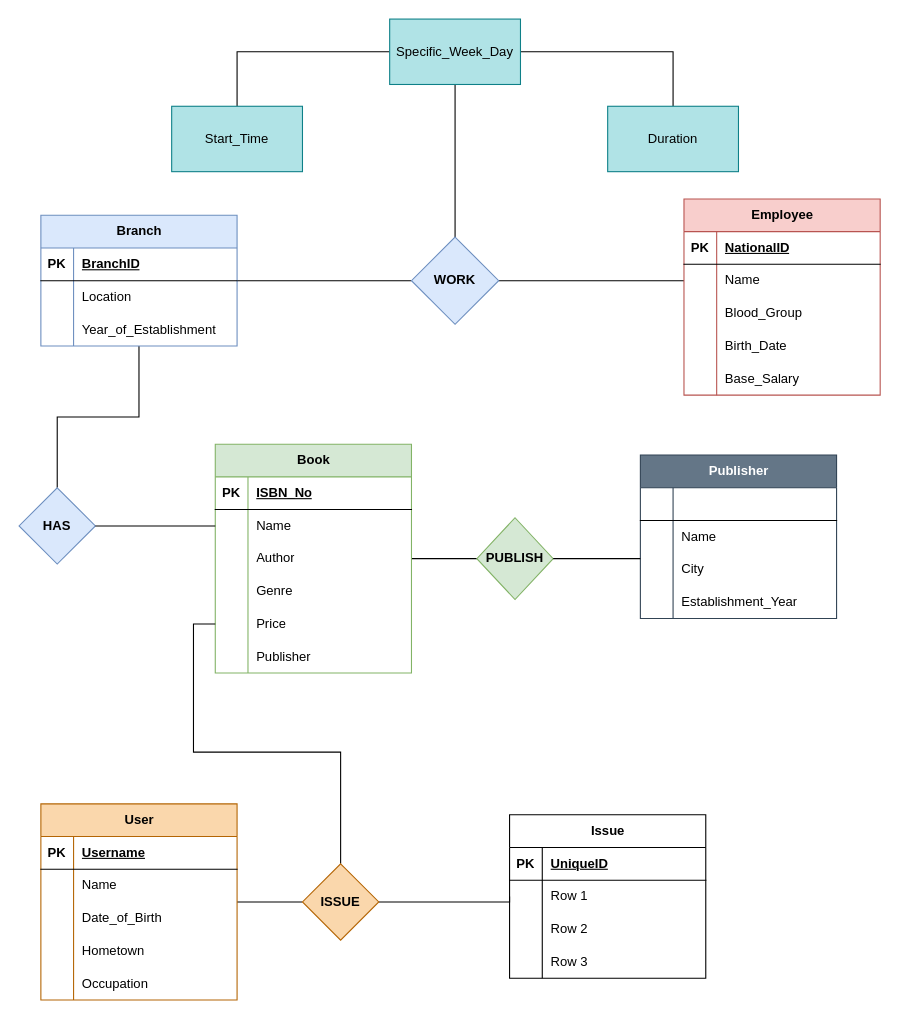
Before: Lab_07/210042174_DBMS_Lab07.drawio in hasin023/DBMS1_CSE4307, a draw.io diagram. Source tidied: cells renumbered, new cells numbered last; positions are measured from the earlier drawing's top-left corner, leaving out a move shared by most shapes. Both pictures are drawn from the tidied source at 109%, with x=0, y=0 at pixel (19, 19).
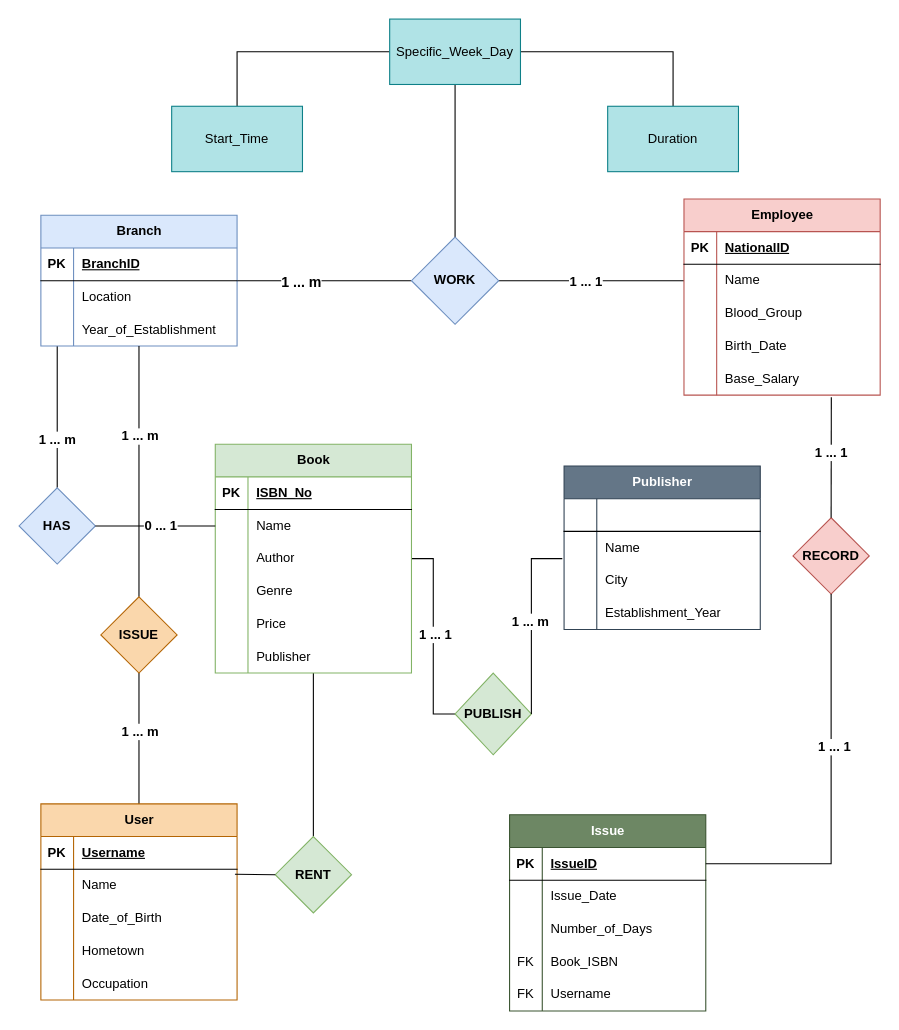
The same diagram, later.

The change refers to these unchanged cells:
```xml
<mxCell id="2" style="edgeStyle=orthogonalEdgeStyle;rounded=0;jettySize=auto;html=1;endArrow=none;endFill=0;" parent="1" edge="1" source="4" target="37">
  <mxGeometry relative="1" as="geometry" />
</mxCell>
<mxCell id="4" value="Branch" style="shape=table;startSize=30;childLayout=tableLayout;rowLines=0;fontStyle=1;align=center;html=1;fillColor=#dae8fc;strokeColor=#6c8ebf;" parent="1" vertex="1">
  <mxGeometry x="20" y="180" width="180" height="120" as="geometry" />
</mxCell>
<mxCell id="14" style="edgeStyle=orthogonalEdgeStyle;rounded=0;jettySize=auto;html=1;entryX=1;entryY=0.5;entryDx=0;entryDy=0;endArrow=none;endFill=0;exitX=0;exitY=0.5;exitDx=0;exitDy=0;" parent="1" edge="1" source="19" target="37">
  <mxGeometry relative="1" as="geometry" />
</mxCell>
<mxCell id="28" style="shape=tableRow;horizontal=0;startSize=0;swimlaneHead=0;swimlaneBody=0;fillColor=none;points=[[0,0.5],[1,0.5]];portConstraint=eastwest;top=0;left=0;right=0;bottom=0;" parent="15" vertex="1">
  <mxGeometry y="150" width="180" height="30" as="geometry" />
</mxCell>
<mxCell id="38" style="edgeStyle=orthogonalEdgeStyle;rounded=0;jettySize=auto;html=1;endArrow=none;endFill=0;" parent="1" edge="1" source="39" target="73">
  <mxGeometry relative="1" as="geometry" />
</mxCell>
<mxCell id="39" value="Book" style="shape=table;startSize=30;childLayout=tableLayout;rowLines=0;fontStyle=1;align=center;html=1;fillColor=#d5e8d4;strokeColor=#82b366;" parent="1" vertex="1">
  <mxGeometry x="180" y="390" width="180" height="210" as="geometry" />
</mxCell>
<mxCell id="52" style="shape=tableRow;horizontal=0;startSize=0;swimlaneHead=0;swimlaneBody=0;fillColor=none;points=[[0,0.5],[1,0.5]];portConstraint=eastwest;top=0;left=0;right=0;bottom=0;" parent="39" vertex="1">
  <mxGeometry y="150" width="180" height="30" as="geometry" />
</mxCell>
<mxCell id="65" style="shape=tableRow;horizontal=0;startSize=0;swimlaneHead=0;swimlaneBody=0;fillColor=none;points=[[0,0.5],[1,0.5]];portConstraint=eastwest;top=0;left=0;right=0;bottom=0;" parent="58" vertex="1">
  <mxGeometry y="90" width="180" height="30" as="geometry" />
</mxCell>
<mxCell id="71" value="HAS" style="rhombus;whiteSpace=wrap;html=1;fillColor=#dae8fc;strokeColor=#6c8ebf;startSize=30;fontStyle=1;" parent="1" vertex="1">
  <mxGeometry y="430" width="70" height="70" as="geometry" />
</mxCell>
<mxCell id="72" style="endArrow=none;html=1;rounded=0;exitX=1;exitY=0.5;exitDx=0;exitDy=0;entryX=0;entryY=0.5;entryDx=0;entryDy=0;" parent="1" edge="1" source="71" target="43">
  <mxGeometry relative="1" as="geometry" />
</mxCell>
<mxCell id="75" style="edgeStyle=orthogonalEdgeStyle;rounded=0;jettySize=auto;html=1;endArrow=none;endFill=0;" parent="1" edge="1" source="76" target="94">
  <mxGeometry relative="1" as="geometry" />
</mxCell>
<mxCell id="80" style="shape=tableRow;horizontal=0;startSize=0;swimlaneHead=0;swimlaneBody=0;fillColor=none;points=[[0,0.5],[1,0.5]];portConstraint=eastwest;top=0;left=0;right=0;bottom=0;" parent="76" vertex="1">
  <mxGeometry y="60" width="180" height="30" as="geometry" />
</mxCell>
<mxCell id="96" style="shape=tableRow;horizontal=0;startSize=0;swimlaneHead=0;swimlaneBody=0;fillColor=none;points=[[0,0.5],[1,0.5]];portConstraint=eastwest;top=0;left=0;right=0;bottom=1;" parent="95" vertex="1">
  <mxGeometry y="30" width="180" height="30" as="geometry" />
</mxCell>
<mxCell id="99" style="shape=tableRow;horizontal=0;startSize=0;swimlaneHead=0;swimlaneBody=0;fillColor=none;points=[[0,0.5],[1,0.5]];portConstraint=eastwest;top=0;left=0;right=0;bottom=0;" parent="95" vertex="1">
  <mxGeometry y="60" width="180" height="30" as="geometry" />
</mxCell>
<mxCell id="102" style="shape=tableRow;horizontal=0;startSize=0;swimlaneHead=0;swimlaneBody=0;fillColor=none;top=0;left=0;right=0;bottom=0;" parent="95" vertex="1">
  <mxGeometry y="90" width="180" height="30" as="geometry" />
</mxCell>
<mxCell id="105" style="shape=tableRow;horizontal=0;startSize=0;swimlaneHead=0;swimlaneBody=0;fillColor=none;top=0;left=0;right=0;bottom=0;" parent="95" vertex="1">
  <mxGeometry y="120" width="180" height="30" as="geometry" />
</mxCell>
```

Change to the diagram source:
```diff
@@
+    <mxCell id="108" value="&lt;b&gt;&lt;font style=&quot;font-size: 13px;&quot;&gt;1 ... m&lt;/font&gt;&lt;/b&gt;" style="edgeLabel;html=1;align=center;verticalAlign=middle;" parent="2" vertex="1">
+      <mxGeometry x="-0.28" relative="1" as="geometry" />
+    </mxCell>
     <mxCell id="3" style="edgeStyle=orthogonalEdgeStyle;rounded=0;jettySize=auto;html=1;endArrow=none;endFill=0;" parent="1" edge="1" source="4" target="71">
-      <mxGeometry relative="1" as="geometry" />
+      <mxGeometry relative="1" as="geometry">
+        <Array as="points">
+          <mxPoint x="35" y="330" />
+          <mxPoint x="35" y="330" />
+        </Array>
+      </mxGeometry>
     </mxCell>
+    <mxCell id="109" value="&lt;b style=&quot;border-color: var(--border-color);&quot;&gt;&lt;font style=&quot;border-color: var(--border-color); font-size: 12px;&quot;&gt;1 ... m&lt;/font&gt;&lt;/b&gt;" style="edgeLabel;html=1;align=center;verticalAlign=middle;" parent="3" vertex="1">
+      <mxGeometry x="0.31" y="-1" relative="1" as="geometry" />
+    </mxCell>
@@
+    <mxCell id="110" value="&lt;b&gt;&lt;font style=&quot;font-size: 12px;&quot;&gt;1 ... 1&lt;/font&gt;&lt;/b&gt;" style="edgeLabel;html=1;align=center;verticalAlign=middle;" parent="14" vertex="1">
+      <mxGeometry x="0.07" relative="1" as="geometry" />
+    </mxCell>
@@
+    <mxCell id="111" value="&lt;b style=&quot;border-color: var(--border-color);&quot;&gt;&lt;font style=&quot;border-color: var(--border-color); font-size: 12px;&quot;&gt;1 ... 1&lt;/font&gt;&lt;/b&gt;" style="edgeLabel;html=1;align=center;verticalAlign=middle;" parent="38" vertex="1">
+      <mxGeometry x="-0.02" y="1" relative="1" as="geometry" />
+    </mxCell>
+    <mxCell id="112" style="edgeStyle=orthogonalEdgeStyle;rounded=0;jettySize=auto;html=1;endArrow=none;endFill=0;" parent="1" edge="1" source="39" target="120">
+      <mxGeometry relative="1" as="geometry" />
+    </mxCell>
@@
     <mxCell id="58" value="Publisher" style="shape=table;startSize=30;childLayout=tableLayout;rowLines=0;fontStyle=1;align=center;html=1;fillColor=#647687;strokeColor=#314354;fontColor=#ffffff;" parent="1" vertex="1">
-      <mxGeometry x="570" y="400" width="180" height="150" as="geometry" />
+      <mxGeometry x="500" y="410" width="180" height="150" as="geometry" />
     </mxCell>
@@
+    <mxCell id="113" value="&lt;b style=&quot;border-color: var(--border-color);&quot;&gt;&lt;font style=&quot;border-color: var(--border-color); font-size: 12px;&quot;&gt;0 ... 1&lt;/font&gt;&lt;/b&gt;" style="edgeLabel;html=1;align=center;verticalAlign=middle;" parent="72" vertex="1">
+      <mxGeometry x="0.07" y="1" relative="1" as="geometry" />
+    </mxCell>
     <mxCell id="73" value="PUBLISH" style="rhombus;whiteSpace=wrap;html=1;fillColor=#d5e8d4;strokeColor=#82b366;startSize=30;fontStyle=1;" parent="1" vertex="1">
-      <mxGeometry x="420" y="457.5" width="70" height="75" as="geometry" />
+      <mxGeometry x="400" y="600" width="70" height="75" as="geometry" />
     </mxCell>
-    <mxCell id="74" style="endArrow=none;html=1;rounded=0;exitX=1;exitY=0.5;exitDx=0;exitDy=0;" parent="1" edge="1" source="73">
+    <mxCell id="74" style="endArrow=none;html=1;rounded=0;exitX=1;exitY=0.5;exitDx=0;exitDy=0;entryX=-0.009;entryY=-0.167;entryDx=0;entryDy=0;entryPerimeter=0;" parent="1" edge="1" source="73" target="65">
       <mxGeometry relative="1" as="geometry">
-        <mxPoint x="570" y="495" as="targetPoint" />
+        <Array as="points">
+          <mxPoint x="470" y="495" />
+        </Array>
       </mxGeometry>
     </mxCell>
+    <mxCell id="114" value="&lt;b style=&quot;border-color: var(--border-color);&quot;&gt;&lt;font style=&quot;border-color: var(--border-color); font-size: 12px;&quot;&gt;1 ... m&lt;/font&gt;&lt;/b&gt;" style="edgeLabel;html=1;align=center;verticalAlign=middle;" parent="74" vertex="1">
+      <mxGeometry x="-0.01" y="2" relative="1" as="geometry" />
+    </mxCell>
@@
+    <mxCell id="115" value="&lt;b style=&quot;border-color: var(--border-color);&quot;&gt;&lt;font style=&quot;border-color: var(--border-color); font-size: 12px;&quot;&gt;1 ... m&lt;/font&gt;&lt;/b&gt;" style="edgeLabel;html=1;align=center;verticalAlign=middle;" parent="75" vertex="1">
+      <mxGeometry x="0.12" relative="1" as="geometry" />
+    </mxCell>
@@
-    <mxCell id="92" style="edgeStyle=orthogonalEdgeStyle;rounded=0;jettySize=auto;html=1;entryX=0;entryY=0.5;entryDx=0;entryDy=0;endArrow=none;endFill=0;" parent="1" edge="1" source="94" target="52">
-      <mxGeometry relative="1" as="geometry" />
+    <mxCell id="92" style="edgeStyle=orthogonalEdgeStyle;rounded=0;jettySize=auto;html=1;endArrow=none;endFill=0;exitX=0.5;exitY=0;exitDx=0;exitDy=0;" parent="1" edge="1" source="94">
+      <mxGeometry relative="1" as="geometry">
+        <mxPoint x="110" y="300" as="targetPoint" />
+        <Array as="points">
+          <mxPoint x="110" y="300" />
+        </Array>
+      </mxGeometry>
     </mxCell>
-    <mxCell id="93" style="edgeStyle=orthogonalEdgeStyle;rounded=0;jettySize=auto;html=1;entryX=0;entryY=0.5;entryDx=0;entryDy=0;endArrow=none;endFill=0;" parent="1" edge="1" source="94" target="99">
-      <mxGeometry relative="1" as="geometry">
-        <Array as="points">
-          <mxPoint x="450" y="810" />
-        </Array>
-      </mxGeometry>
-    </mxCell>
-    <mxCell id="94" value="ISSUE" style="rhombus;whiteSpace=wrap;html=1;fillColor=#fad7ac;strokeColor=#b46504;startSize=30;fontStyle=1;" parent="1" vertex="1">
-      <mxGeometry x="260" y="775" width="70" height="70" as="geometry" />
-    </mxCell>
+    <mxCell id="116" value="&lt;b style=&quot;border-color: var(--border-color);&quot;&gt;&lt;font style=&quot;border-color: var(--border-color); font-size: 12px;&quot;&gt;1 ... m&lt;/font&gt;&lt;/b&gt;" style="edgeLabel;html=1;align=center;verticalAlign=middle;" parent="92" vertex="1">
+      <mxGeometry x="0.29" relative="1" as="geometry" />
+    </mxCell>
-    <mxCell id="95" value="Issue" style="shape=table;startSize=30;childLayout=tableLayout;rowLines=0;fontStyle=1;align=center;html=1;" parent="1" vertex="1">
-      <mxGeometry x="450" y="730" width="180" height="150" as="geometry" />
+    <mxCell id="95" value="Issue" style="shape=table;startSize=30;childLayout=tableLayout;rowLines=0;fontStyle=1;align=center;html=1;fillColor=#6d8764;strokeColor=#3A5431;fontColor=#ffffff;" parent="1" vertex="1">
+      <mxGeometry x="450" y="730" width="180" height="180" as="geometry" />
     </mxCell>
@@
-    <mxCell id="98" value="UniqueID" style="shape=partialRectangle;fillColor=none;top=0;left=0;bottom=0;right=0;align=left;spacingLeft=6;fontStyle=5;overflow=hidden;whiteSpace=wrap;html=1;" parent="96" vertex="1">
+    <mxCell id="98" value="IssueID" style="shape=partialRectangle;fillColor=none;top=0;left=0;bottom=0;right=0;align=left;spacingLeft=6;fontStyle=5;overflow=hidden;whiteSpace=wrap;html=1;" parent="96" vertex="1">
       <mxGeometry x="30" width="150" height="30" as="geometry" />
     </mxCell>
@@
-    <mxCell id="101" value="Row 1" style="shape=partialRectangle;fillColor=none;top=0;left=0;bottom=0;right=0;align=left;spacingLeft=6;overflow=hidden;whiteSpace=wrap;html=1;" parent="99" vertex="1">
+    <mxCell id="101" value="Issue_Date" style="shape=partialRectangle;fillColor=none;top=0;left=0;bottom=0;right=0;align=left;spacingLeft=6;overflow=hidden;whiteSpace=wrap;html=1;" parent="99" vertex="1">
       <mxGeometry x="30" width="150" height="30" as="geometry" />
     </mxCell>
@@
-    <mxCell id="104" value="Row 2" style="shape=partialRectangle;fillColor=none;top=0;left=0;bottom=0;right=0;align=left;spacingLeft=6;overflow=hidden;whiteSpace=wrap;html=1;" parent="102" vertex="1">
+    <mxCell id="104" value="Number_of_Days" style="shape=partialRectangle;fillColor=none;top=0;left=0;bottom=0;right=0;align=left;spacingLeft=6;overflow=hidden;whiteSpace=wrap;html=1;" parent="102" vertex="1">
       <mxGeometry x="30" width="150" height="30" as="geometry" />
     </mxCell>
@@
-    <mxCell id="106" style="shape=partialRectangle;fillColor=none;top=0;left=0;bottom=0;right=0;overflow=hidden;whiteSpace=wrap;html=1;" parent="105" vertex="1">
+    <mxCell id="106" value="FK" style="shape=partialRectangle;fillColor=none;top=0;left=0;bottom=0;right=0;overflow=hidden;whiteSpace=wrap;html=1;" parent="105" vertex="1">
       <mxGeometry width="30" height="30" as="geometry" />
     </mxCell>
-    <mxCell id="107" value="Row 3" style="shape=partialRectangle;fillColor=none;top=0;left=0;bottom=0;right=0;align=left;spacingLeft=6;overflow=hidden;whiteSpace=wrap;html=1;" parent="105" vertex="1">
+    <mxCell id="107" value="Book_ISBN" style="shape=partialRectangle;fillColor=none;top=0;left=0;bottom=0;right=0;align=left;spacingLeft=6;overflow=hidden;whiteSpace=wrap;html=1;" parent="105" vertex="1">
       <mxGeometry x="30" width="150" height="30" as="geometry" />
     </mxCell>
+    <mxCell id="117" style="shape=tableRow;horizontal=0;startSize=0;swimlaneHead=0;swimlaneBody=0;fillColor=none;top=0;left=0;right=0;bottom=0;" parent="95" vertex="1">
+      <mxGeometry y="150" width="180" height="30" as="geometry" />
+    </mxCell>
+    <mxCell id="118" value="FK" style="shape=partialRectangle;fillColor=none;top=0;left=0;bottom=0;right=0;overflow=hidden;whiteSpace=wrap;html=1;" parent="117" vertex="1">
+      <mxGeometry width="30" height="30" as="geometry" />
+    </mxCell>
+    <mxCell id="119" value="Username" style="shape=partialRectangle;fillColor=none;top=0;left=0;bottom=0;right=0;align=left;spacingLeft=6;overflow=hidden;whiteSpace=wrap;html=1;" parent="117" vertex="1">
+      <mxGeometry x="30" width="150" height="30" as="geometry" />
+    </mxCell>
+    <mxCell id="94" value="ISSUE" style="rhombus;whiteSpace=wrap;html=1;fillColor=#fad7ac;strokeColor=#b46504;startSize=30;fontStyle=1;" parent="1" vertex="1">
+      <mxGeometry x="75" y="530" width="70" height="70" as="geometry" />
+    </mxCell>
+    <mxCell id="120" value="RENT" style="rhombus;whiteSpace=wrap;html=1;fillColor=#d5e8d4;strokeColor=#82b366;startSize=30;fontStyle=1;" parent="1" vertex="1">
+      <mxGeometry x="235" y="750" width="70" height="70" as="geometry" />
+    </mxCell>
+    <mxCell id="121" style="endArrow=none;html=1;rounded=0;exitX=0;exitY=0.5;exitDx=0;exitDy=0;entryX=0.989;entryY=0.153;entryDx=0;entryDy=0;entryPerimeter=0;" parent="1" edge="1" source="120" target="80">
+      <mxGeometry relative="1" as="geometry" />
+    </mxCell>
+    <mxCell id="122" value="RECORD" style="rhombus;whiteSpace=wrap;html=1;fillColor=#f8cecc;strokeColor=#b85450;startSize=30;fontStyle=1;" parent="1" vertex="1">
+      <mxGeometry x="710" y="457.5" width="70" height="70" as="geometry" />
+    </mxCell>
+    <mxCell id="123" style="endArrow=none;html=1;rounded=0;exitX=0.5;exitY=0;exitDx=0;exitDy=0;entryX=0.751;entryY=1.067;entryDx=0;entryDy=0;entryPerimeter=0;" parent="1" edge="1" source="122" target="28">
+      <mxGeometry relative="1" as="geometry" />
+    </mxCell>
+    <mxCell id="124" value="&lt;b style=&quot;border-color: var(--border-color);&quot;&gt;&lt;font style=&quot;border-color: var(--border-color); font-size: 12px;&quot;&gt;1 ... 1&lt;/font&gt;&lt;/b&gt;" style="edgeLabel;html=1;align=center;verticalAlign=middle;" parent="123" vertex="1">
+      <mxGeometry x="0.08" y="1" relative="1" as="geometry" />
+    </mxCell>
+    <mxCell id="125" style="endArrow=none;html=1;rounded=0;entryX=0.5;entryY=1;entryDx=0;entryDy=0;exitX=1;exitY=0.5;exitDx=0;exitDy=0;" parent="1" edge="1" source="96" target="122">
+      <mxGeometry relative="1" as="geometry">
+        <Array as="points">
+          <mxPoint x="745" y="775" />
+        </Array>
+      </mxGeometry>
+    </mxCell>
+    <mxCell id="126" value="&lt;b style=&quot;border-color: var(--border-color);&quot;&gt;&lt;font style=&quot;border-color: var(--border-color); font-size: 12px;&quot;&gt;1 ... 1&lt;/font&gt;&lt;/b&gt;" style="edgeLabel;html=1;align=center;verticalAlign=middle;" parent="125" vertex="1">
+      <mxGeometry x="0.23" y="-2" relative="1" as="geometry" />
+    </mxCell>
```
